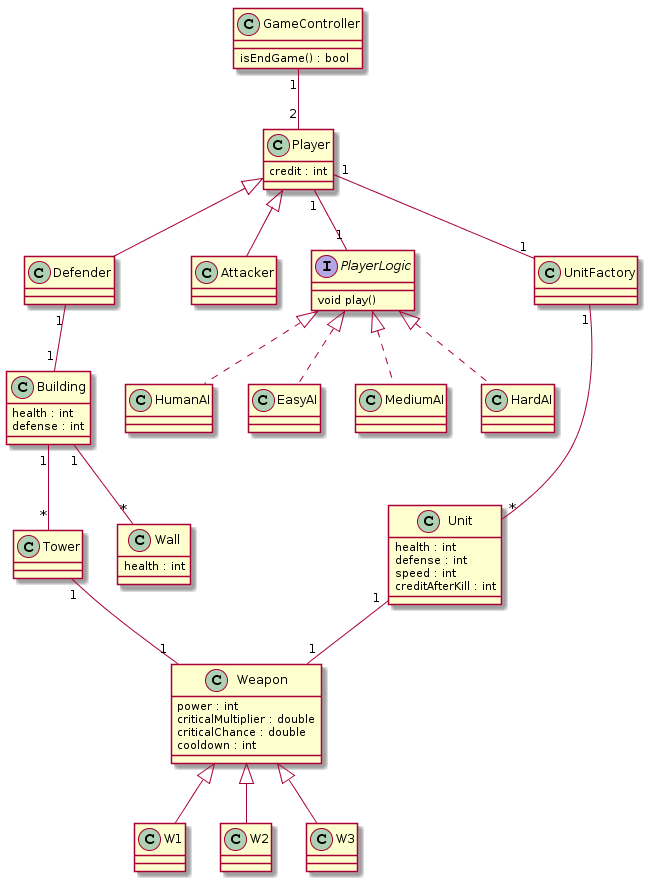
NestorTejero/ES2016B keeps this PlantUML diagram as uml_diagrams/classDiagram.png. Above is the earlier version. Its diagram source:
```plantuml
@startuml
class GameController {
    isEndGame() : bool
}

class Player {
    credit : int
}

class Defender extends Player {
}


class Attacker extends Player {
}

GameController "1" -- "2" Player

interface PlayerLogic {
	void play()
}

class HumanAI implements PlayerLogic {
}
class EasyAI implements PlayerLogic {
}
class MediumAI implements PlayerLogic {
}
class HardAI implements PlayerLogic {
}

Player "1" -- "1" PlayerLogic

class Unit {
    health : int
    defense : int
    speed : int
    creditAfterKill : int

}

class UnitFactory {

}

Player "1" -- "1" UnitFactory
UnitFactory "1" -- "*" Unit

class Weapon {
    power : int
    criticalMultiplier : double
    criticalChance : double
    cooldown : int
}

Unit "1" -- "1" Weapon
Tower "1" -- "1" Weapon

class W1 extends Weapon {
}
class W2 extends Weapon {
}
class W3 extends Weapon {
}

class Building {
    health : int
    defense : int
}

Defender "1" -- "1" Building

class Tower {

}

Building "1" -- "*" Tower

class Wall {
    health : int
}

Building "1" -- "*" Wall
@enduml
```
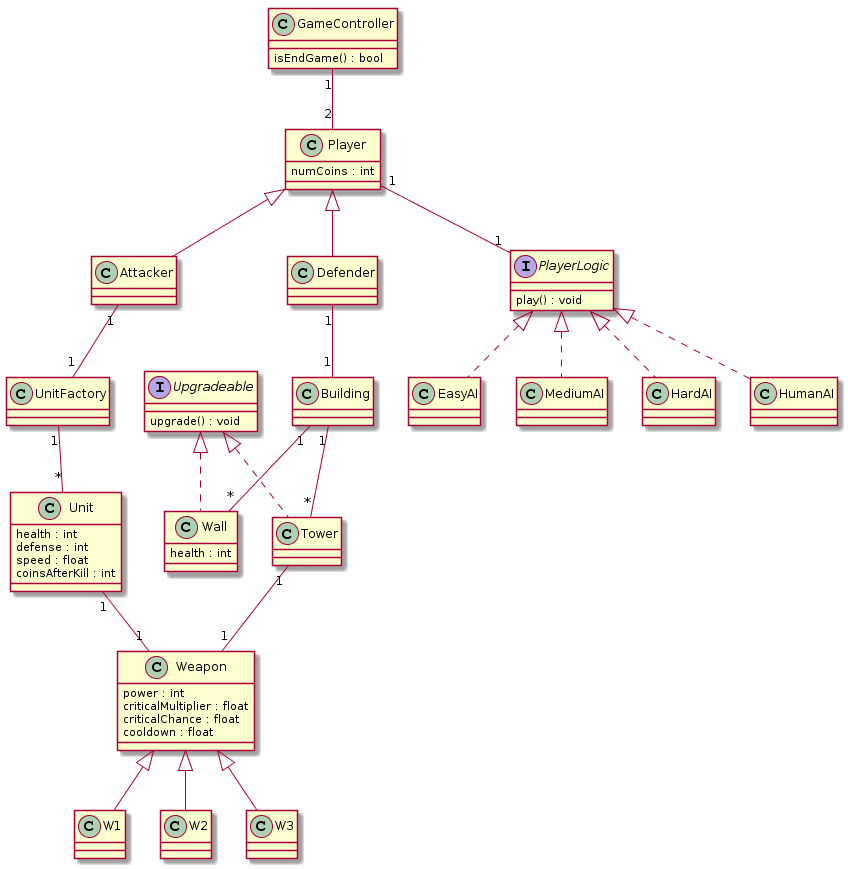
After the commit.

The edit, as a diff of the source:
```diff
@@ -4,7 +4,7 @@
 }
 
 class Player {
-    credit : int
+    numCoins : int
 }
 
 class Defender extends Player {
@@ -17,7 +17,7 @@
 GameController "1" -- "2" Player
 
 interface PlayerLogic {
-	void play()
+    play() : void
 }
 
 class HumanAI implements PlayerLogic {
@@ -31,11 +31,15 @@
 
 Player "1" -- "1" PlayerLogic
 
+interface Upgradeable {
+    upgrade() : void
+}
+
 class Unit {
     health : int
     defense : int
-    speed : int
-    creditAfterKill : int
+    speed : float
+    coinsAfterKill : int
 
 }
 
@@ -43,14 +47,14 @@
 
 }
 
-Player "1" -- "1" UnitFactory
+Attacker "1" -- "1" UnitFactory
 UnitFactory "1" -- "*" Unit
 
 class Weapon {
     power : int
-    criticalMultiplier : double
-    criticalChance : double
-    cooldown : int
+    criticalMultiplier : float
+    criticalChance : float
+    cooldown : float
 }
 
 Unit "1" -- "1" Weapon
@@ -64,19 +68,16 @@
 }
 
 class Building {
-    health : int
-    defense : int
 }
 
 Defender "1" -- "1" Building
 
-class Tower {
-
+class Tower implements Upgradeable{
 }
 
 Building "1" -- "*" Tower
 
-class Wall {
+class Wall implements Upgradeable{
     health : int
 }
 
```
